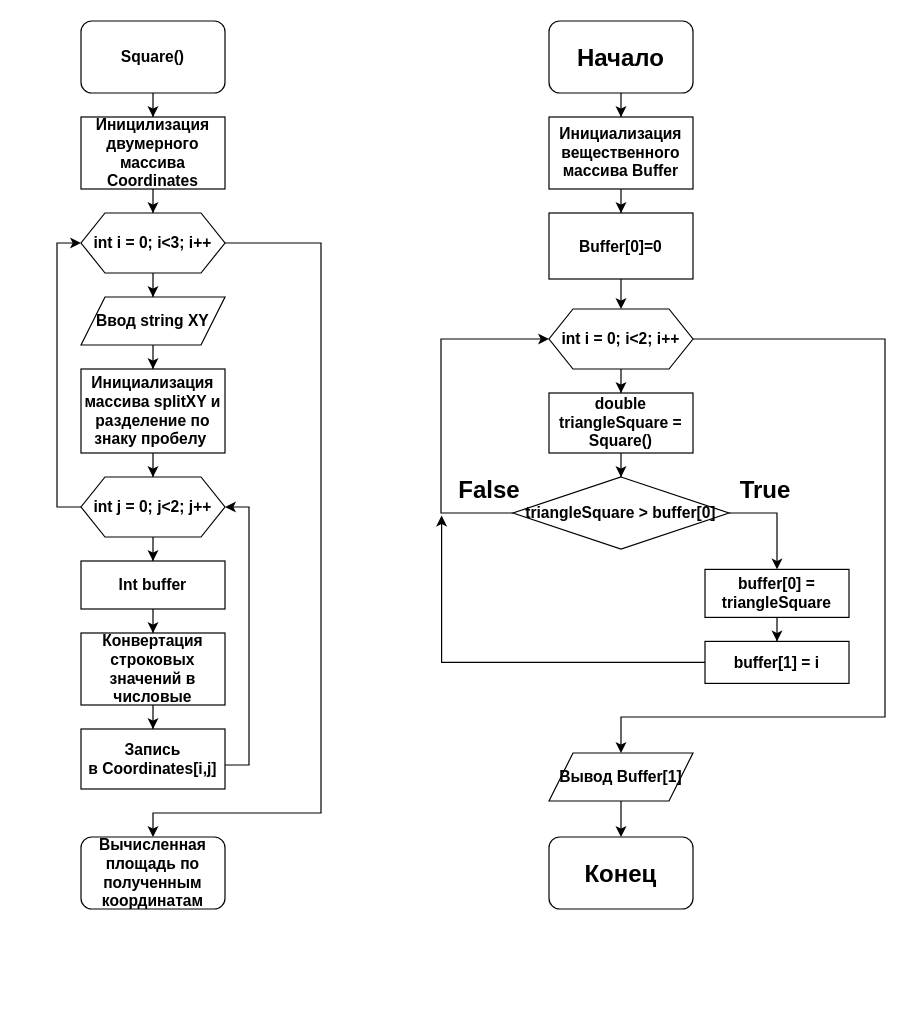
Before: LabWork3/Task1.drawio in SpaleRud/OPDiagrams, a draw.io diagram. Source tidied: cells renumbered, new cells numbered last; positions are measured from the earlier drawing's top-left corner, leaving out a move shared by most shapes. Both pictures are drawn from the tidied source at 120%, with x=0, y=0 at pixel (56, 20).
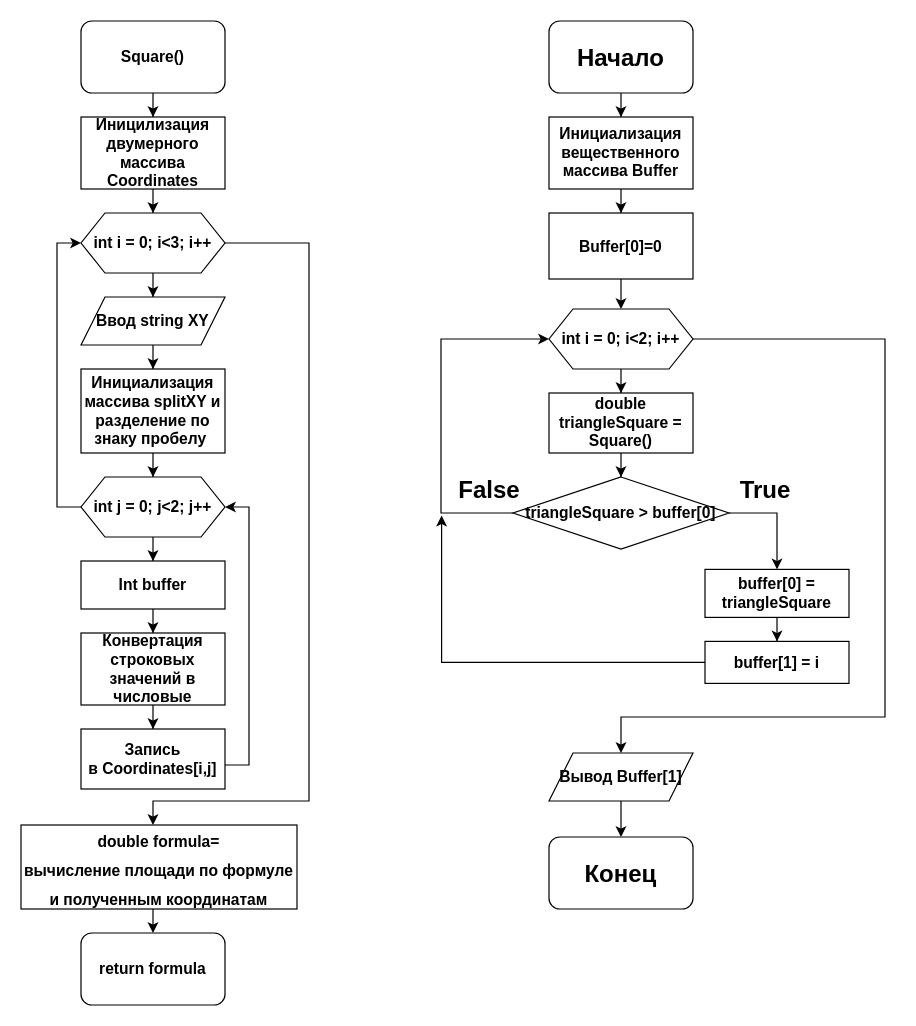
The same diagram, later.

The change refers to these unchanged cells:
```xml
<mxCell id="10" value="int i = 0; i&amp;lt;3; i++" style="shape=hexagon;perimeter=hexagonPerimeter2;whiteSpace=wrap;html=1;fixedSize=1;fontSize=13;fontStyle=1;" parent="1" vertex="1">
  <mxGeometry x="20" y="160" width="120" height="50" as="geometry" />
</mxCell>
```

The edit, as a diff of the source:
```diff
@@
-    <mxCell id="9" style="edgeStyle=orthogonalEdgeStyle;rounded=0;jettySize=auto;html=1;fontSize=13;fontStyle=1;" parent="1" edge="1" source="10" target="24">
-      <mxGeometry relative="1" as="geometry">
-        <Array as="points">
-          <mxPoint x="220" y="185" />
-          <mxPoint x="220" y="660" />
-          <mxPoint x="80" y="660" />
-        </Array>
-      </mxGeometry>
-    </mxCell>
+    <mxCell id="46" style="edgeStyle=orthogonalEdgeStyle;rounded=0;jettySize=auto;html=1;fontSize=13;" parent="1" edge="1" source="10" target="48">
+      <mxGeometry relative="1" as="geometry">
+        <Array as="points">
+          <mxPoint x="210" y="185" />
+          <mxPoint x="210" y="650" />
+          <mxPoint x="80" y="650" />
+        </Array>
+      </mxGeometry>
+    </mxCell>
@@
-    <mxCell id="24" value="Вычисленная площадь по полученным координатам" style="rounded=1;whiteSpace=wrap;html=1;fontSize=13;fontStyle=1;" parent="1" vertex="1">
-      <mxGeometry x="20" y="680" width="120" height="60" as="geometry" />
+    <mxCell id="24" value="return formula" style="rounded=1;whiteSpace=wrap;html=1;fontSize=13;fontStyle=1;" parent="1" vertex="1">
+      <mxGeometry x="20" y="760" width="120" height="60" as="geometry" />
     </mxCell>
@@
+    <mxCell id="47" style="edgeStyle=orthogonalEdgeStyle;rounded=0;jettySize=auto;html=1;entryX=0.5;entryY=0;entryDx=0;entryDy=0;fontSize=13;" parent="1" edge="1" source="48" target="24">
+      <mxGeometry relative="1" as="geometry">
+        <Array as="points">
+          <mxPoint x="80" y="750" />
+          <mxPoint x="80" y="750" />
+        </Array>
+      </mxGeometry>
+    </mxCell>
+    <mxCell id="48" value="&lt;font style=&quot;font-size: 13px&quot;&gt;&lt;b&gt;double formula=&lt;br&gt;вычисление площади по формуле и полученным координатам&lt;/b&gt;&lt;/font&gt;" style="rounded=0;whiteSpace=wrap;html=1;fontSize=20;" parent="1" vertex="1">
+      <mxGeometry x="-30" y="670" width="230" height="70" as="geometry" />
+    </mxCell>
```
